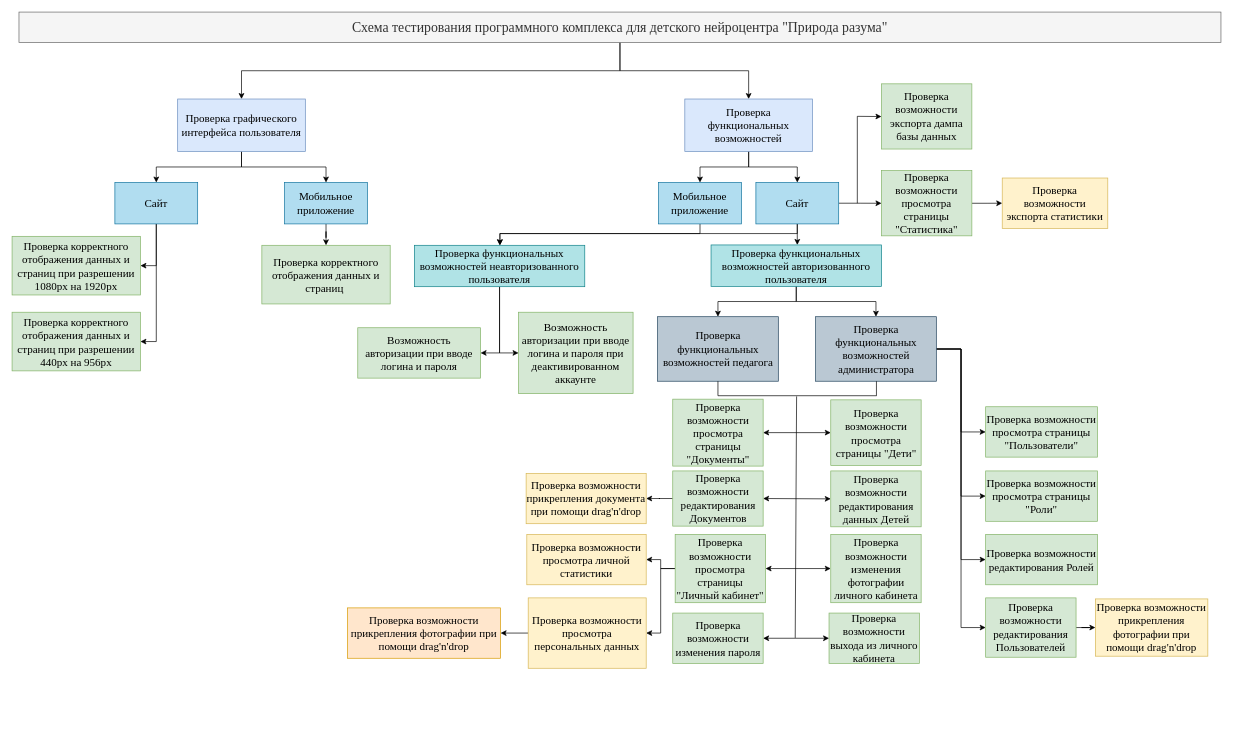
Above: drawio/test_scheme.drawio in slsforme/prirodaRazumaSoftwareSystem (draw.io), before the change. Source tidied: cells renumbered, new cells numbered last; positions are measured from the earlier drawing's top-left corner, leaving out a move shared by most shapes. Both pictures are drawn from the tidied source at 69%, with x=0, y=0 at pixel (12, 12).
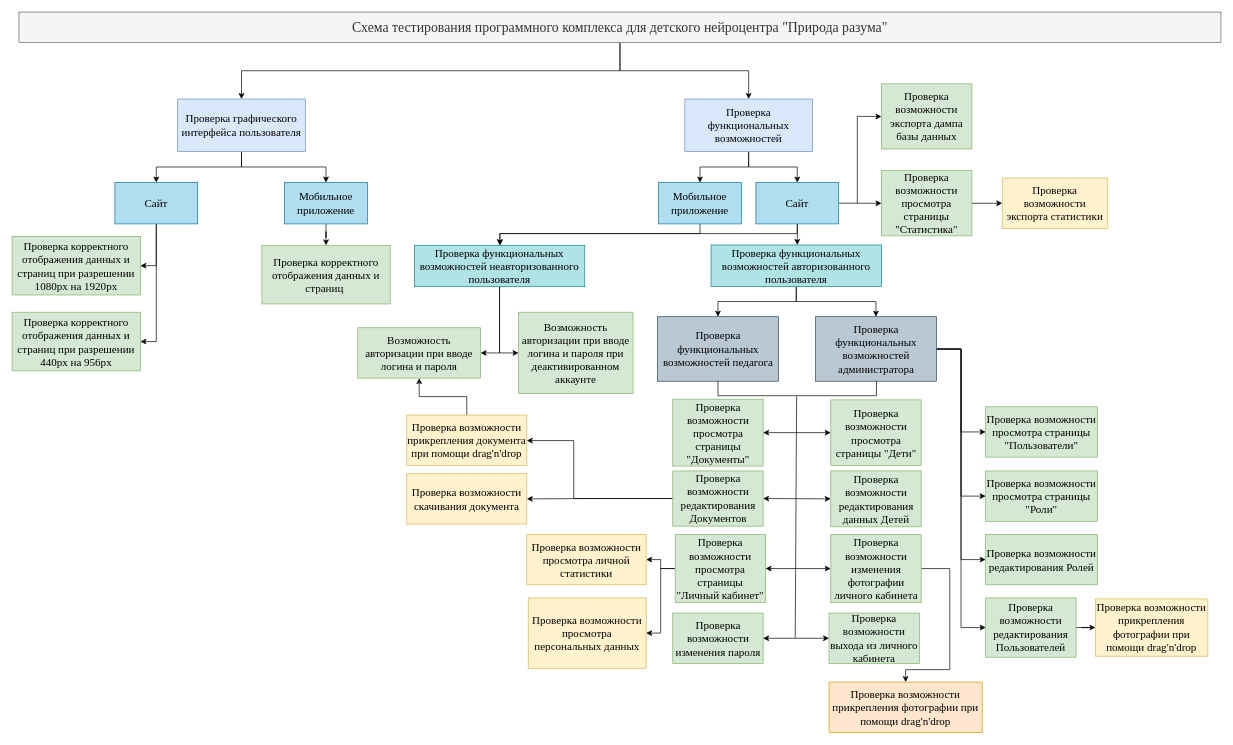
After the change.

Unchanged cells that the change refers to:
```xml
<mxCell id="28" value="Возможность авторизации при вводе логина и пароля" style="rounded=0;whiteSpace=wrap;html=1;fillColor=#d5e8d4;strokeColor=#82b366;fontFamily=Garamond;fontSize=16;" parent="1" vertex="1">
  <mxGeometry x="501" y="457.5" width="178" height="73" as="geometry" />
</mxCell>
<mxCell id="43" value="Проверка возможности редактирования Документов" style="rounded=0;whiteSpace=wrap;html=1;fillColor=#d5e8d4;strokeColor=#82b366;fontFamily=Garamond;fontSize=16;" parent="1" vertex="1">
  <mxGeometry x="957.5" y="665" width="131" height="80" as="geometry" />
</mxCell>
<mxCell id="44" value="Проверка возможности изменения фотографии личного кабинета" style="rounded=0;whiteSpace=wrap;html=1;fillColor=#d5e8d4;strokeColor=#82b366;fontFamily=Garamond;fontSize=16;" parent="1" vertex="1">
  <mxGeometry x="1186.5" y="757" width="131" height="99" as="geometry" />
</mxCell>
<mxCell id="67" value="Проверка возможности просмотра персональных данных" style="rounded=0;whiteSpace=wrap;html=1;fontFamily=Garamond;fillColor=#fff2cc;strokeColor=#d6b656;fontSize=16;" parent="1" vertex="1">
  <mxGeometry x="748" y="849" width="171" height="102" as="geometry" />
</mxCell>
```

Diff of the diagram source:
```diff
@@
     <mxCell id="42" style="edgeStyle=orthogonalEdgeStyle;rounded=0;jettySize=auto;html=1;fontFamily=Garamond;fontSize=16;" parent="1" edge="1" source="43" target="63">
-      <mxGeometry relative="1" as="geometry" />
+      <mxGeometry relative="1" as="geometry">
+        <Array as="points">
+          <mxPoint x="814" y="705" />
+          <mxPoint x="814" y="621" />
+        </Array>
+      </mxGeometry>
     </mxCell>
+    <mxCell id="75" style="edgeStyle=orthogonalEdgeStyle;rounded=0;jettySize=auto;html=1;" parent="1" edge="1" source="43" target="78">
+      <mxGeometry relative="1" as="geometry" />
+    </mxCell>
@@
+    <mxCell id="76" style="edgeStyle=orthogonalEdgeStyle;rounded=0;jettySize=auto;html=1;" parent="1" edge="1" source="44" target="68">
+      <mxGeometry relative="1" as="geometry">
+        <Array as="points">
+          <mxPoint x="1359" y="807" />
+          <mxPoint x="1359" y="953" />
+          <mxPoint x="1295" y="953" />
+        </Array>
+      </mxGeometry>
+    </mxCell>
@@
+    <mxCell id="77" style="edgeStyle=orthogonalEdgeStyle;rounded=0;jettySize=auto;html=1;" parent="1" edge="1" source="63" target="28">
+      <mxGeometry relative="1" as="geometry" />
+    </mxCell>
     <mxCell id="63" value="Проверка возможности прикрепления документа при помощи drag'n'drop" style="rounded=0;whiteSpace=wrap;html=1;fontFamily=Garamond;fillColor=#fff2cc;strokeColor=#d6b656;fontSize=16;" parent="1" vertex="1">
-      <mxGeometry x="745" y="668.5" width="174" height="73" as="geometry" />
+      <mxGeometry x="572" y="584" width="174" height="73" as="geometry" />
     </mxCell>
@@
-    <mxCell id="66" style="edgeStyle=orthogonalEdgeStyle;rounded=0;jettySize=auto;html=1;fontFamily=Garamond;fontSize=16;" parent="1" edge="1" source="67" target="68">
-      <mxGeometry relative="1" as="geometry" />
-    </mxCell>
@@
     <mxCell id="68" value="Проверка возможности прикрепления фотографии при помощи drag'n'drop" style="rounded=0;whiteSpace=wrap;html=1;fontFamily=Garamond;fillColor=#ffe6cc;strokeColor=#d79b00;fontSize=16;" parent="1" vertex="1">
-      <mxGeometry x="486" y="863.5" width="222" height="73" as="geometry" />
+      <mxGeometry x="1184" y="971" width="222" height="73" as="geometry" />
     </mxCell>
@@
+    <mxCell id="78" value="Проверка возможности скачивания документа" style="rounded=0;whiteSpace=wrap;html=1;fontFamily=Garamond;fillColor=#fff2cc;strokeColor=#d6b656;fontSize=16;" parent="1" vertex="1">
+      <mxGeometry x="572" y="669" width="174" height="73" as="geometry" />
+    </mxCell>
```
